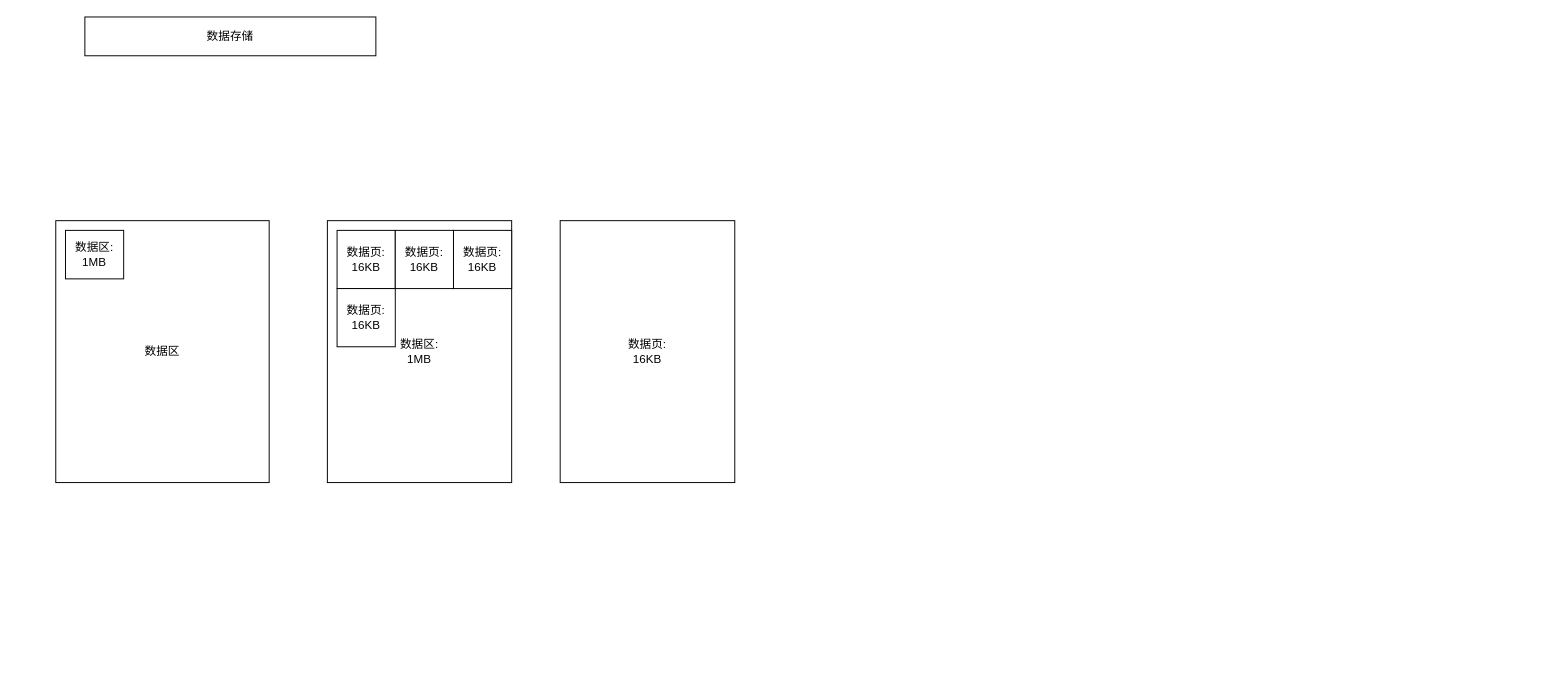
This is page "MySQL压力" (5 of 5) of SpringCloud-Dubbo.drawio from learnprogram2/tiao2021, a draw.io file, before an edit. Source tidied: cells renumbered, new cells numbered last; positions are measured from the earlier drawing's top-left corner, leaving out a move shared by most shapes. Both pictures are drawn from the tidied source at 97%, with x=0, y=0 at pixel (55, 16).
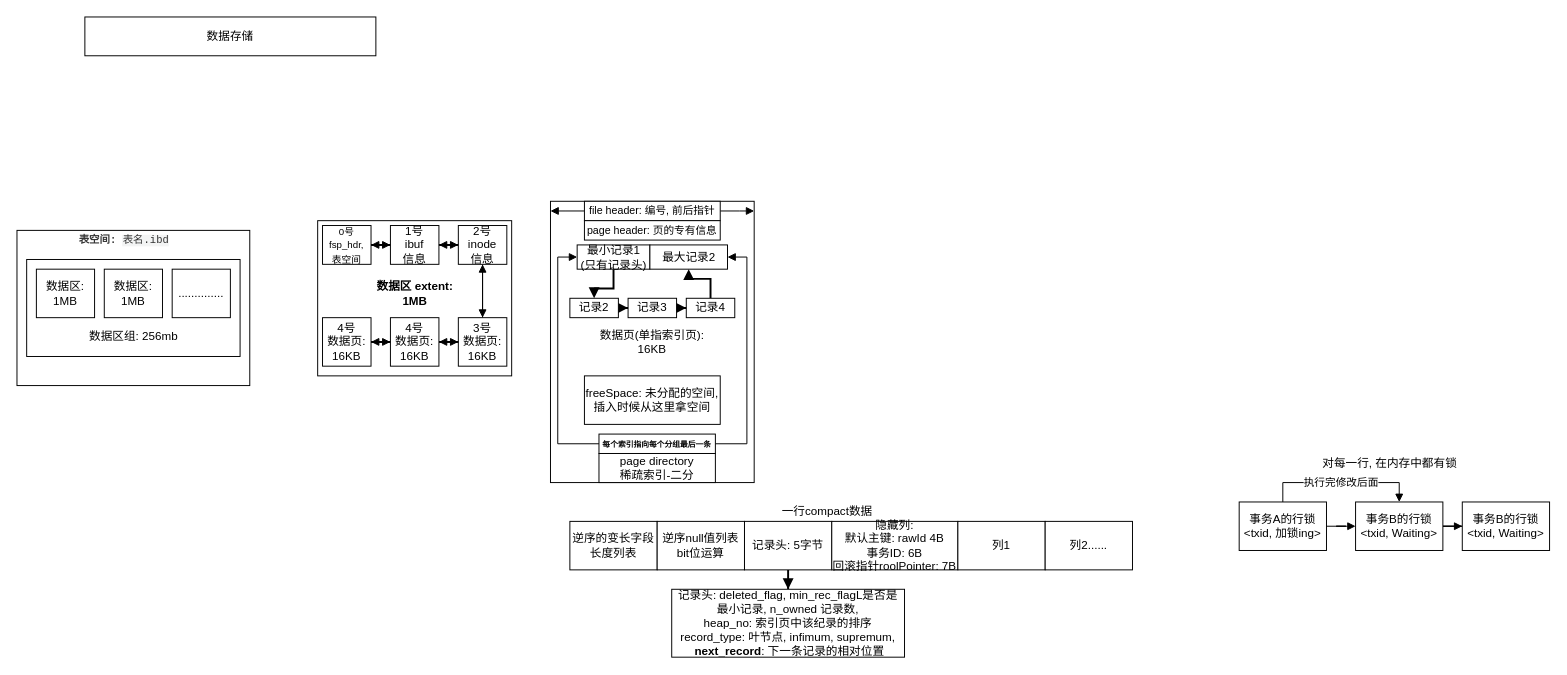
The same diagram, later.

Commit message (it also covers changes not shown here):
MySQL专栏 2 1. 工作原理 2. Buffer-Pool 3. 生产部署经验 4. 物理数据模型 5. redo-log和undo-log 6. 事务隔离级别 7. undo-log + readView 实现MVCC. 间隙锁 8. 索引B+树存储原理, 聚簇索引和普通素银

What changed in the source:
```diff
@@
-<mxGraphModel>
+<mxGraphModel background="#ffffff">
@@
+    <mxCell id="11" style="rounded=0;whiteSpace=wrap;html=1;" parent="1" vertex="1">
+      <mxGeometry x="-40" y="220" width="240" height="160" as="geometry" />
+    </mxCell>
@@
-    <mxCell id="3" value="数据区" style="rounded=0;whiteSpace=wrap;html=1;" parent="1" vertex="1">
-      <mxGeometry y="210" width="220" height="270" as="geometry" />
+    <mxCell id="3" style="rounded=0;whiteSpace=wrap;html=1;" parent="1" vertex="1">
+      <mxGeometry x="-30" y="250" width="220" height="100" as="geometry" />
     </mxCell>
     <mxCell id="4" value="数据区:&lt;br&gt;1MB" style="rounded=0;whiteSpace=wrap;html=1;" parent="1" vertex="1">
-      <mxGeometry x="10" y="220" width="60" height="50" as="geometry" />
+      <mxGeometry x="-20" y="260" width="60" height="50" as="geometry" />
     </mxCell>
-    <mxCell id="5" value="数据区:&lt;br&gt;1MB" style="rounded=0;whiteSpace=wrap;html=1;" parent="1" vertex="1">
-      <mxGeometry x="280" y="210" width="190" height="270" as="geometry" />
+    <mxCell id="5" style="rounded=0;whiteSpace=wrap;html=1;" parent="1" vertex="1">
+      <mxGeometry x="270" y="210" width="200" height="160" as="geometry" />
     </mxCell>
+    <mxCell id="12" style="edgeStyle=orthogonalEdgeStyle;rounded=0;jettySize=auto;html=1;endArrow=block;endFill=1;strokeWidth=1;" parent="1" edge="1" source="6" target="7">
+      <mxGeometry relative="1" as="geometry" />
+    </mxCell>
-    <mxCell id="6" value="数据页:&lt;br&gt;16KB" style="rounded=0;whiteSpace=wrap;html=1;" parent="1" vertex="1">
-      <mxGeometry x="290" y="220" width="60" height="60" as="geometry" />
+    <mxCell id="6" value="&lt;font style=&quot;font-size: 10px&quot;&gt;0号 fsp_hdr, 表空间&lt;/font&gt;" style="rounded=0;whiteSpace=wrap;html=1;" parent="1" vertex="1">
+      <mxGeometry x="275" y="215" width="50" height="40" as="geometry" />
     </mxCell>
+    <mxCell id="13" style="edgeStyle=orthogonalEdgeStyle;rounded=0;jettySize=auto;html=1;endArrow=block;endFill=1;strokeWidth=1;" parent="1" edge="1" source="7" target="6">
+      <mxGeometry relative="1" as="geometry" />
+    </mxCell>
+    <mxCell id="14" style="edgeStyle=orthogonalEdgeStyle;rounded=0;jettySize=auto;html=1;endArrow=block;endFill=1;strokeWidth=1;" parent="1" edge="1" source="7" target="8">
+      <mxGeometry relative="1" as="geometry" />
+    </mxCell>
-    <mxCell id="7" value="数据页:&lt;br&gt;16KB" style="rounded=0;whiteSpace=wrap;html=1;" parent="1" vertex="1">
-      <mxGeometry x="350" y="220" width="60" height="60" as="geometry" />
+    <mxCell id="7" value="1号&lt;br&gt;ibuf&lt;br&gt;信息" style="rounded=0;whiteSpace=wrap;html=1;" parent="1" vertex="1">
+      <mxGeometry x="345" y="215" width="50" height="40" as="geometry" />
     </mxCell>
+    <mxCell id="15" style="edgeStyle=orthogonalEdgeStyle;rounded=0;jettySize=auto;html=1;endArrow=block;endFill=1;strokeWidth=1;" parent="1" edge="1" source="8" target="7">
+      <mxGeometry relative="1" as="geometry" />
+    </mxCell>
+    <mxCell id="16" style="edgeStyle=orthogonalEdgeStyle;rounded=0;jettySize=auto;html=1;endArrow=block;endFill=1;strokeWidth=1;" parent="1" edge="1" source="8" target="9">
+      <mxGeometry relative="1" as="geometry" />
+    </mxCell>
-    <mxCell id="8" value="数据页:&lt;br&gt;16KB" style="rounded=0;whiteSpace=wrap;html=1;" parent="1" vertex="1">
-      <mxGeometry x="410" y="220" width="60" height="60" as="geometry" />
+    <mxCell id="8" value="2号&lt;br&gt;inode&lt;br&gt;信息" style="rounded=0;whiteSpace=wrap;html=1;" parent="1" vertex="1">
+      <mxGeometry x="415" y="215" width="50" height="40" as="geometry" />
     </mxCell>
+    <mxCell id="17" style="edgeStyle=orthogonalEdgeStyle;rounded=0;jettySize=auto;html=1;endArrow=block;endFill=1;strokeWidth=1;" parent="1" edge="1" source="9" target="8">
+      <mxGeometry relative="1" as="geometry" />
+    </mxCell>
+    <mxCell id="18" style="edgeStyle=orthogonalEdgeStyle;rounded=0;jettySize=auto;html=1;endArrow=block;endFill=1;strokeWidth=1;" parent="1" edge="1" source="9" target="49">
+      <mxGeometry relative="1" as="geometry" />
+    </mxCell>
-    <mxCell id="9" value="数据页:&lt;br&gt;16KB" style="rounded=0;whiteSpace=wrap;html=1;" parent="1" vertex="1">
-      <mxGeometry x="290" y="280" width="60" height="60" as="geometry" />
+    <mxCell id="9" value="3号&lt;br&gt;数据页:&lt;br&gt;16KB" style="rounded=0;whiteSpace=wrap;html=1;" parent="1" vertex="1">
+      <mxGeometry x="415" y="310" width="50" height="50" as="geometry" />
     </mxCell>
-    <mxCell id="10" value="数据页:&lt;br&gt;16KB" style="rounded=0;whiteSpace=wrap;html=1;" parent="1" vertex="1">
-      <mxGeometry x="520" y="210" width="180" height="270" as="geometry" />
+    <mxCell id="10" value="数据页(单指索引页):&lt;br&gt;16KB" style="rounded=0;whiteSpace=wrap;html=1;" parent="1" vertex="1">
+      <mxGeometry x="510" y="190" width="210" height="290" as="geometry" />
     </mxCell>
+    <mxCell id="19" value="一行compact数据" style="text;html=1;align=center;verticalAlign=middle;" parent="1" vertex="1">
+      <mxGeometry x="740" y="500" width="110" height="20" as="geometry" />
+    </mxCell>
+    <mxCell id="20" value="逆序的变长字段长度列表" style="rounded=0;whiteSpace=wrap;html=1;" parent="1" vertex="1">
+      <mxGeometry x="530" y="520" width="90" height="50" as="geometry" />
+    </mxCell>
+    <mxCell id="21" value="逆序null值列表&lt;br&gt;bit位运算" style="rounded=0;whiteSpace=wrap;html=1;" parent="1" vertex="1">
+      <mxGeometry x="620" y="520" width="90" height="50" as="geometry" />
+    </mxCell>
+    <mxCell id="22" style="edgeStyle=orthogonalEdgeStyle;rounded=0;jettySize=auto;html=1;endArrow=block;endFill=1;strokeWidth=2;" parent="1" edge="1" source="23" target="27">
+      <mxGeometry relative="1" as="geometry" />
+    </mxCell>
+    <mxCell id="23" value="记录头: 5字节" style="rounded=0;whiteSpace=wrap;html=1;" parent="1" vertex="1">
+      <mxGeometry x="710" y="520" width="90" height="50" as="geometry" />
+    </mxCell>
+    <mxCell id="24" value="隐藏列:&lt;br&gt;默认主键: rawId 4B&lt;br&gt;事务ID: 6B&lt;br&gt;回滚指针roolPointer: 7B" style="rounded=0;whiteSpace=wrap;html=1;" parent="1" vertex="1">
+      <mxGeometry x="800" y="520" width="130" height="50" as="geometry" />
+    </mxCell>
+    <mxCell id="25" value="列1" style="rounded=0;whiteSpace=wrap;html=1;" parent="1" vertex="1">
+      <mxGeometry x="930" y="520" width="90" height="50" as="geometry" />
+    </mxCell>
+    <mxCell id="26" value="列2......" style="rounded=0;whiteSpace=wrap;html=1;" parent="1" vertex="1">
+      <mxGeometry x="1020" y="520" width="90" height="50" as="geometry" />
+    </mxCell>
+    <mxCell id="27" value="记录头: deleted_flag, min_rec_flagL是否是最小记录, n_owned 记录数, &lt;br&gt;heap_no: 索引页中该纪录的排序&lt;br&gt;record_type: 叶节点, infimum, supremum,&lt;br&gt;&amp;nbsp;&lt;b&gt;next_record&lt;/b&gt;: 下一条记录的相对位置" style="rounded=0;whiteSpace=wrap;html=1;" parent="1" vertex="1">
+      <mxGeometry x="635" y="590" width="240" height="70" as="geometry" />
+    </mxCell>
+    <mxCell id="28" style="edgeStyle=orthogonalEdgeStyle;rounded=0;jettySize=auto;html=1;endArrow=block;endFill=1;strokeWidth=2;" parent="1" edge="1" source="29" target="32">
+      <mxGeometry relative="1" as="geometry" />
+    </mxCell>
+    <mxCell id="29" value="最小记录1&lt;br&gt;(只有记录头)" style="rounded=0;whiteSpace=wrap;html=1;" parent="1" vertex="1">
+      <mxGeometry x="537.5" y="235" width="75" height="25" as="geometry" />
+    </mxCell>
+    <mxCell id="30" value="最大记录2" style="rounded=0;whiteSpace=wrap;html=1;" parent="1" vertex="1">
+      <mxGeometry x="612.5" y="235" width="80" height="25" as="geometry" />
+    </mxCell>
+    <mxCell id="31" style="edgeStyle=orthogonalEdgeStyle;rounded=0;jettySize=auto;html=1;endArrow=block;endFill=1;strokeWidth=2;" parent="1" edge="1" source="32" target="35">
+      <mxGeometry relative="1" as="geometry" />
+    </mxCell>
+    <mxCell id="32" value="记录2" style="rounded=0;whiteSpace=wrap;html=1;" parent="1" vertex="1">
+      <mxGeometry x="530" y="290" width="50" height="20" as="geometry" />
+    </mxCell>
+    <mxCell id="33" style="edgeStyle=orthogonalEdgeStyle;rounded=0;jettySize=auto;html=1;endArrow=block;endFill=1;strokeWidth=2;exitX=0.5;exitY=0;exitDx=0;exitDy=0;" parent="1" edge="1" source="36" target="30">
+      <mxGeometry relative="1" as="geometry" />
+    </mxCell>
+    <mxCell id="34" style="edgeStyle=orthogonalEdgeStyle;rounded=0;jettySize=auto;html=1;endArrow=block;endFill=1;strokeWidth=2;" parent="1" edge="1" source="35" target="36">
+      <mxGeometry relative="1" as="geometry" />
+    </mxCell>
+    <mxCell id="35" value="记录3" style="rounded=0;whiteSpace=wrap;html=1;" parent="1" vertex="1">
+      <mxGeometry x="590" y="290" width="50" height="20" as="geometry" />
+    </mxCell>
+    <mxCell id="36" value="记录4" style="rounded=0;whiteSpace=wrap;html=1;" parent="1" vertex="1">
+      <mxGeometry x="650" y="290" width="50" height="20" as="geometry" />
+    </mxCell>
+    <mxCell id="37" value="page directory&lt;br&gt;稀疏索引-二分" style="rounded=0;whiteSpace=wrap;html=1;" parent="1" vertex="1">
+      <mxGeometry x="560" y="450" width="120" height="30" as="geometry" />
+    </mxCell>
+    <mxCell id="38" value="freeSpace: 未分配的空间,&lt;br&gt;插入时候从这里拿空间" style="rounded=0;whiteSpace=wrap;html=1;" parent="1" vertex="1">
+      <mxGeometry x="545" y="370" width="140" height="50" as="geometry" />
+    </mxCell>
+    <mxCell id="39" style="edgeStyle=orthogonalEdgeStyle;rounded=0;jettySize=auto;html=1;exitX=0;exitY=0.5;exitDx=0;exitDy=0;entryX=0;entryY=0.5;entryDx=0;entryDy=0;endArrow=block;endFill=1;strokeWidth=1;" parent="1" edge="1" source="45" target="29">
+      <mxGeometry relative="1" as="geometry" />
+    </mxCell>
+    <mxCell id="40" style="edgeStyle=orthogonalEdgeStyle;rounded=0;jettySize=auto;html=1;exitX=1;exitY=0.5;exitDx=0;exitDy=0;entryX=1;entryY=0.5;entryDx=0;entryDy=0;endArrow=block;endFill=1;strokeWidth=1;" parent="1" edge="1" source="45" target="30">
+      <mxGeometry relative="1" as="geometry" />
+    </mxCell>
+    <mxCell id="41" style="edgeStyle=orthogonalEdgeStyle;rounded=0;jettySize=auto;html=1;endArrow=block;endFill=1;strokeWidth=1;" parent="1" edge="1" source="43">
+      <mxGeometry relative="1" as="geometry">
+        <mxPoint x="510" y="200" as="targetPoint" />
+      </mxGeometry>
+    </mxCell>
+    <mxCell id="42" style="edgeStyle=orthogonalEdgeStyle;rounded=0;jettySize=auto;html=1;endArrow=block;endFill=1;strokeWidth=1;" parent="1" edge="1" source="43">
+      <mxGeometry relative="1" as="geometry">
+        <mxPoint x="720" y="200" as="targetPoint" />
+      </mxGeometry>
+    </mxCell>
+    <mxCell id="43" value="&lt;font style=&quot;font-size: 11px&quot;&gt;file header: 编号, 前后指针&lt;/font&gt;" style="rounded=0;whiteSpace=wrap;html=1;" parent="1" vertex="1">
+      <mxGeometry x="545" y="190" width="140" height="20" as="geometry" />
+    </mxCell>
+    <mxCell id="44" value="&lt;font style=&quot;font-size: 11px&quot;&gt;page header: 页的专有信息&lt;/font&gt;" style="rounded=0;whiteSpace=wrap;html=1;" parent="1" vertex="1">
+      <mxGeometry x="545" y="210" width="140" height="20" as="geometry" />
+    </mxCell>
+    <mxCell id="45" value="&lt;font style=&quot;font-size: 8px&quot;&gt;&lt;b&gt;每个索引指向每个分组最后一条&lt;/b&gt;&lt;/font&gt;" style="rounded=0;whiteSpace=wrap;html=1;" parent="1" vertex="1">
+      <mxGeometry x="560" y="430" width="120" height="20" as="geometry" />
+    </mxCell>
+    <mxCell id="46" value="&lt;b&gt;&lt;span&gt;数据区&amp;nbsp;&lt;/span&gt;&lt;/b&gt;&lt;b&gt;extent&lt;/b&gt;&lt;b&gt;&lt;span&gt;:&lt;/span&gt;&lt;br&gt;&lt;span&gt;1MB&lt;/span&gt;&lt;/b&gt;" style="text;html=1;align=center;verticalAlign=middle;" parent="1" vertex="1">
+      <mxGeometry x="320" y="270" width="100" height="30" as="geometry" />
+    </mxCell>
+    <mxCell id="47" style="edgeStyle=orthogonalEdgeStyle;rounded=0;jettySize=auto;html=1;endArrow=block;endFill=1;strokeWidth=1;" parent="1" edge="1" source="49" target="9">
+      <mxGeometry relative="1" as="geometry" />
+    </mxCell>
+    <mxCell id="48" style="edgeStyle=orthogonalEdgeStyle;rounded=0;jettySize=auto;html=1;endArrow=block;endFill=1;strokeWidth=1;" parent="1" edge="1" source="49" target="51">
+      <mxGeometry relative="1" as="geometry" />
+    </mxCell>
+    <mxCell id="49" value="4号&lt;br&gt;数据页:&lt;br&gt;16KB" style="rounded=0;whiteSpace=wrap;html=1;" parent="1" vertex="1">
+      <mxGeometry x="345" y="310" width="50" height="50" as="geometry" />
+    </mxCell>
+    <mxCell id="50" style="edgeStyle=orthogonalEdgeStyle;rounded=0;jettySize=auto;html=1;endArrow=block;endFill=1;strokeWidth=1;" parent="1" edge="1" source="51" target="49">
+      <mxGeometry relative="1" as="geometry" />
+    </mxCell>
+    <mxCell id="51" value="4号&lt;br&gt;数据页:&lt;br&gt;16KB" style="rounded=0;whiteSpace=wrap;html=1;" parent="1" vertex="1">
+      <mxGeometry x="275" y="310" width="50" height="50" as="geometry" />
+    </mxCell>
+    <mxCell id="52" value="数据区:&lt;br&gt;1MB" style="rounded=0;whiteSpace=wrap;html=1;" parent="1" vertex="1">
+      <mxGeometry x="50" y="260" width="60" height="50" as="geometry" />
+    </mxCell>
+    <mxCell id="53" value=".............." style="rounded=0;whiteSpace=wrap;html=1;" parent="1" vertex="1">
+      <mxGeometry x="120" y="260" width="60" height="50" as="geometry" />
+    </mxCell>
+    <mxCell id="54" value="&lt;span&gt;数据区组: 256mb&lt;/span&gt;" style="text;html=1;align=center;verticalAlign=middle;" parent="1" vertex="1">
+      <mxGeometry x="25" y="320" width="110" height="20" as="geometry" />
+    </mxCell>
+    <mxCell id="55" value="&lt;b style=&quot;color: rgb(51 , 51 , 51) ; font-family: monospace ; font-size: 10.8px ; text-align: left&quot;&gt;表空间:&amp;nbsp;&lt;/b&gt;&lt;span style=&quot;color: rgb(51 , 51 , 51) ; font-family: monospace ; font-size: 10.8px ; text-align: left ; background-color: rgb(243 , 244 , 244)&quot;&gt;表名.ibd&lt;/span&gt;" style="text;html=1;align=center;verticalAlign=middle;" parent="1" vertex="1">
+      <mxGeometry x="15" y="220" width="110" height="20" as="geometry" />
+    </mxCell>
+    <mxCell id="56" style="edgeStyle=orthogonalEdgeStyle;rounded=0;jettySize=auto;html=1;endArrow=block;endFill=1;strokeWidth=1;" parent="1" edge="1" source="58" target="60">
+      <mxGeometry relative="1" as="geometry" />
+    </mxCell>
+    <mxCell id="57" value="执行完修改后面" style="edgeStyle=orthogonalEdgeStyle;rounded=0;jettySize=auto;html=1;exitX=0.5;exitY=0;exitDx=0;exitDy=0;entryX=0.5;entryY=0;entryDx=0;entryDy=0;endArrow=block;endFill=1;strokeWidth=1;" parent="1" edge="1" source="58" target="60">
+      <mxGeometry relative="1" as="geometry" />
+    </mxCell>
+    <mxCell id="58" value="事务A的行锁&lt;br&gt;&amp;lt;txid, 加锁ing&amp;gt;" style="rounded=0;whiteSpace=wrap;html=1;" parent="1" vertex="1">
+      <mxGeometry x="1220" y="500" width="90" height="50" as="geometry" />
+    </mxCell>
+    <mxCell id="59" style="edgeStyle=orthogonalEdgeStyle;rounded=0;jettySize=auto;html=1;endArrow=block;endFill=1;strokeWidth=1;" parent="1" edge="1" source="60" target="61">
+      <mxGeometry relative="1" as="geometry" />
+    </mxCell>
+    <mxCell id="60" value="事务B的行锁&lt;br&gt;&amp;lt;txid, Waiting&amp;gt;" style="rounded=0;whiteSpace=wrap;html=1;" parent="1" vertex="1">
+      <mxGeometry x="1340" y="500" width="90" height="50" as="geometry" />
+    </mxCell>
+    <mxCell id="61" value="事务B的行锁&lt;br&gt;&amp;lt;txid, Waiting&amp;gt;" style="rounded=0;whiteSpace=wrap;html=1;" parent="1" vertex="1">
+      <mxGeometry x="1450" y="500" width="90" height="50" as="geometry" />
+    </mxCell>
+    <mxCell id="62" value="对每一行, 在内存中都有锁" style="text;html=1;align=center;verticalAlign=middle;" parent="1" vertex="1">
+      <mxGeometry x="1300" y="450" width="150" height="20" as="geometry" />
+    </mxCell>
```
